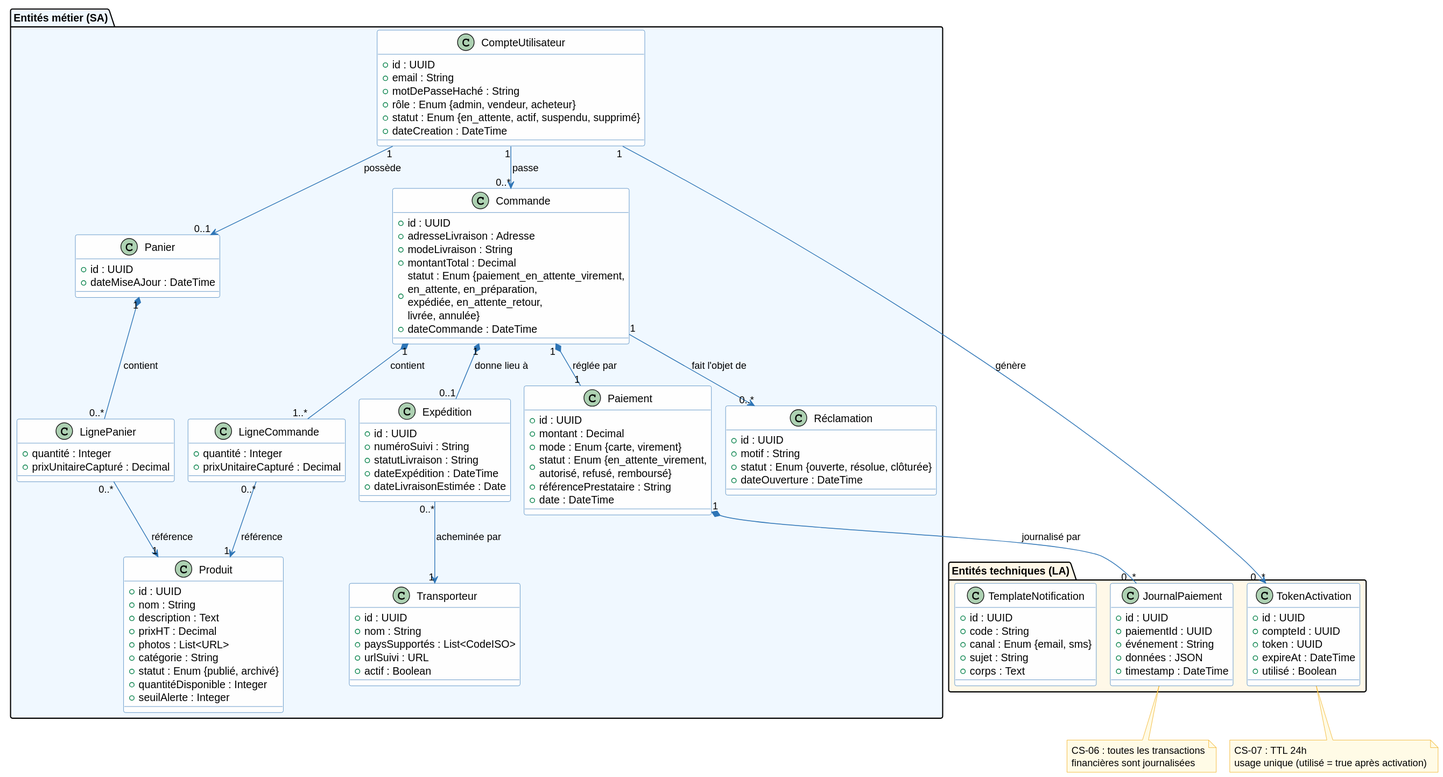
The PlantUML diagram architecture/03-logical-architecture/diagrams/la-classes.svg in louistalvande/online_shop, before a commit.
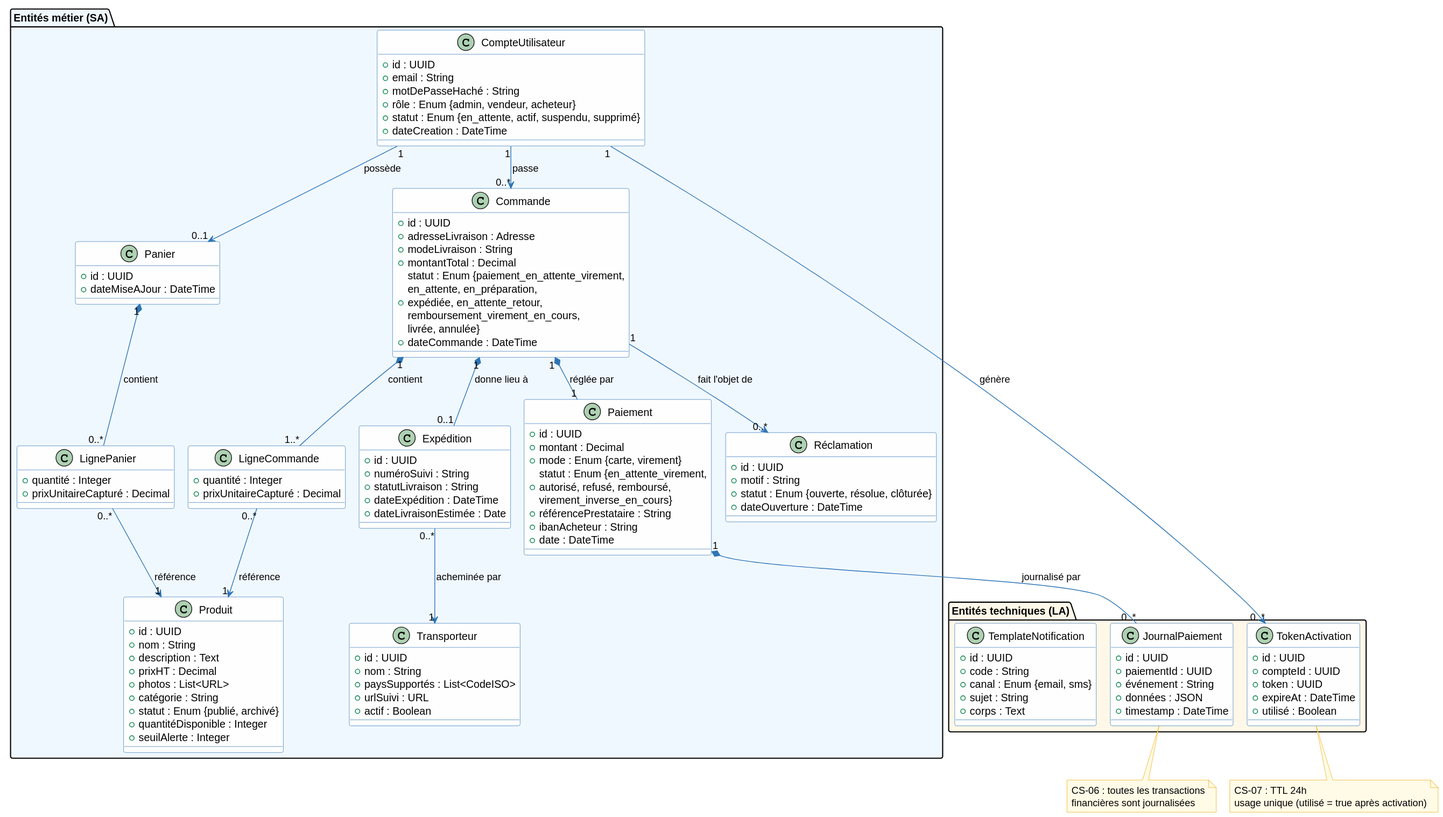
Above is the later version.

Change to the diagram source:
```diff
@@ -43,7 +43,7 @@
     + adresseLivraison : Adresse
     + modeLivraison : String
     + montantTotal : Decimal
-    + statut : Enum {paiement_en_attente_virement,\nen_attente, en_préparation,\nexpédiée, en_attente_retour,\nlivrée, annulée}
+    + statut : Enum {paiement_en_attente_virement,\nen_attente, en_préparation,\nexpédiée, en_attente_retour,\nremboursement_virement_en_cours,\nlivrée, annulée}
     + dateCommande : DateTime
   }
 
@@ -56,8 +56,9 @@
     + id : UUID
     + montant : Decimal
     + mode : Enum {carte, virement}
-    + statut : Enum {en_attente_virement,\nautorisé, refusé, remboursé}
+    + statut : Enum {en_attente_virement,\nautorisé, refusé, remboursé,\nvirement_inverse_en_cours}
     + référencePrestataire : String
+    + ibanAcheteur : String
     + date : DateTime
   }
 
```
